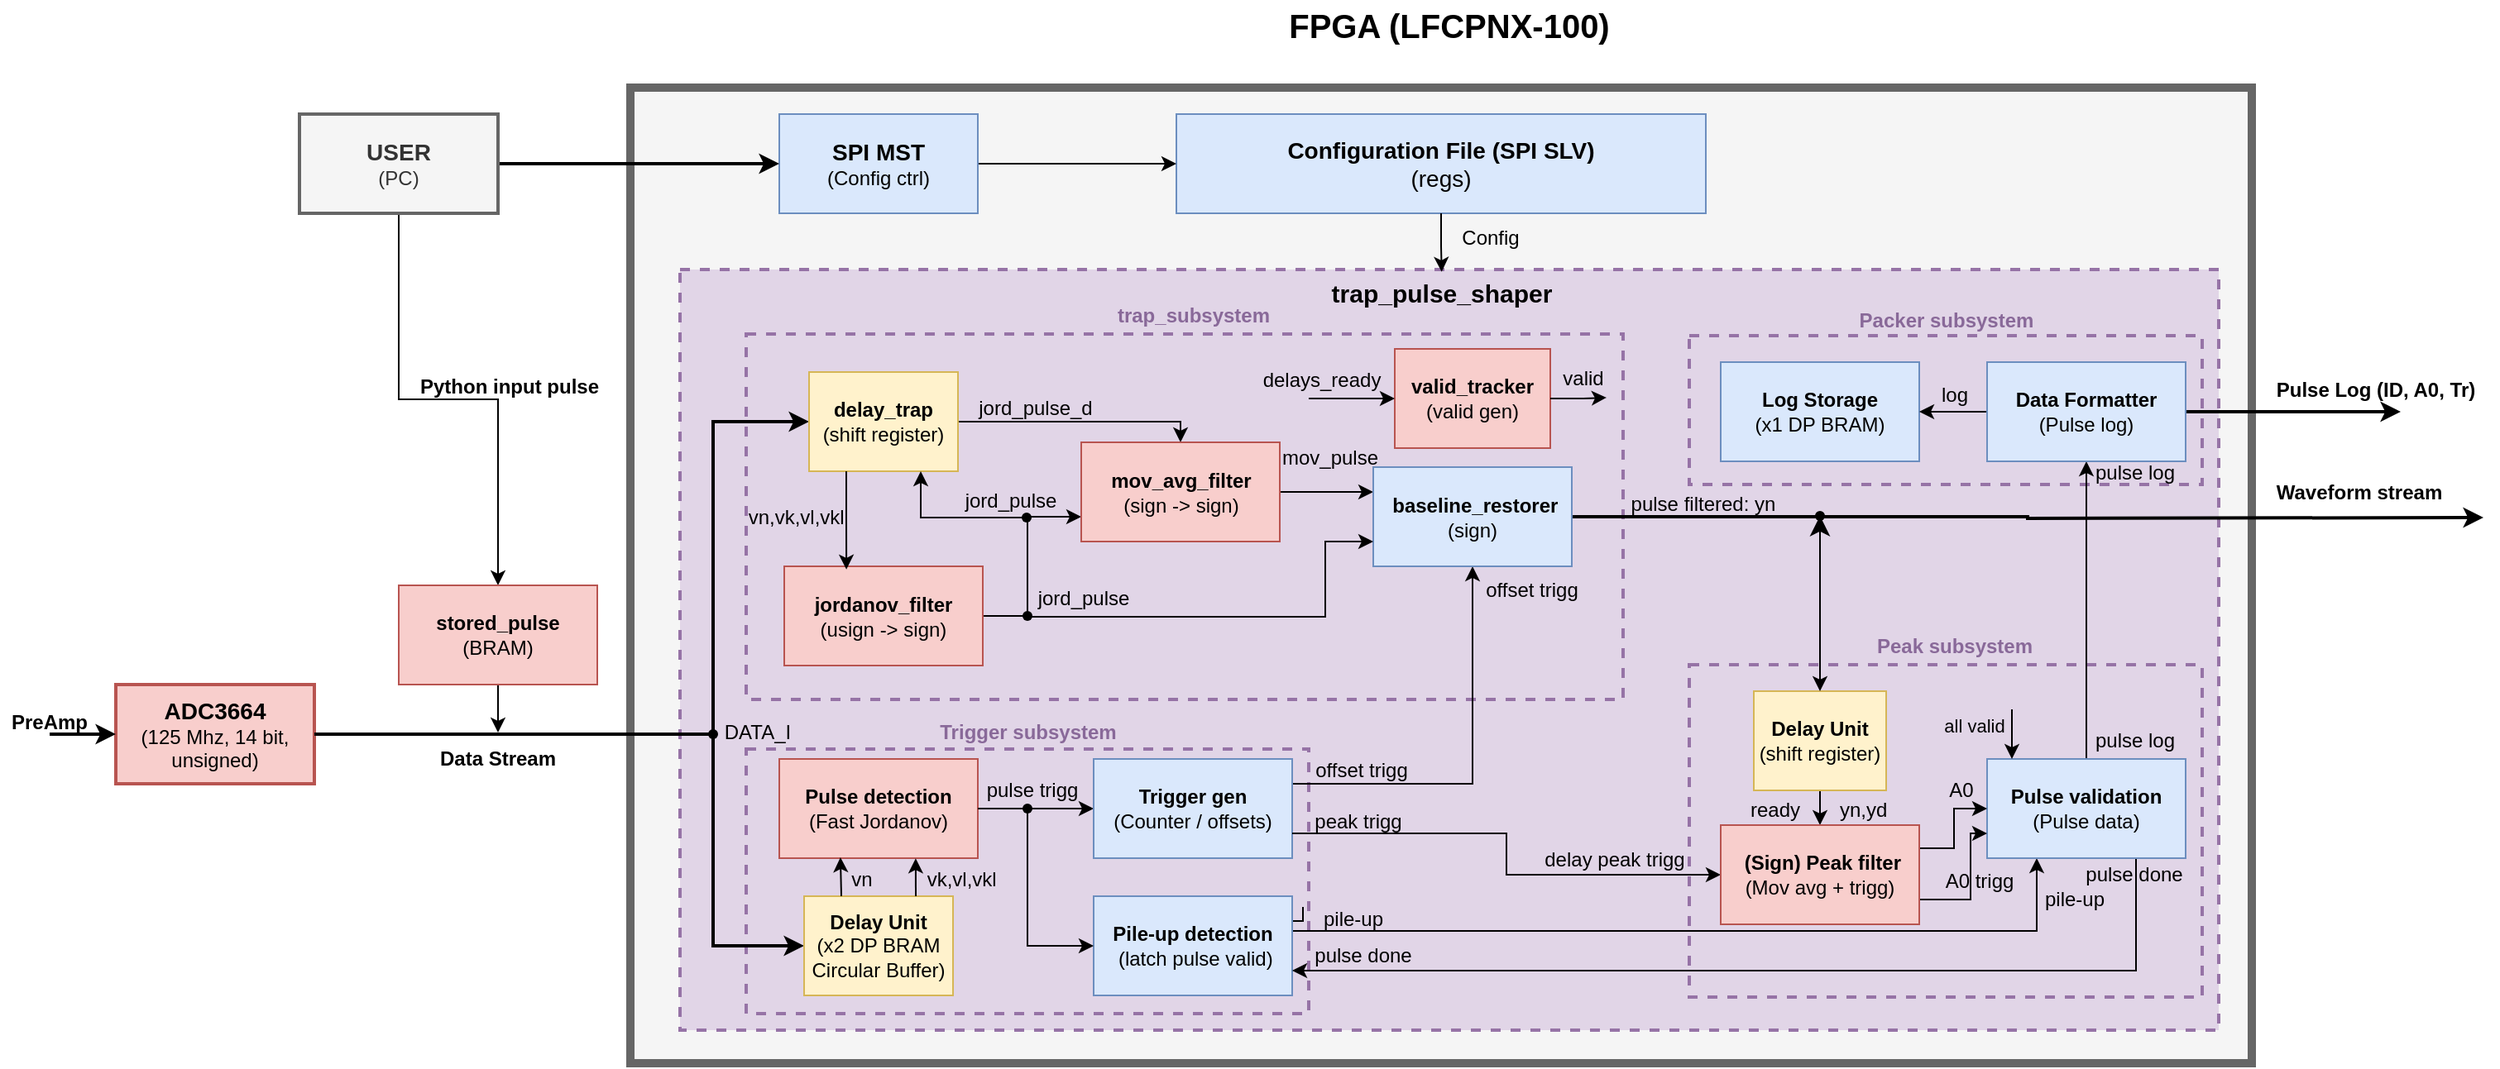
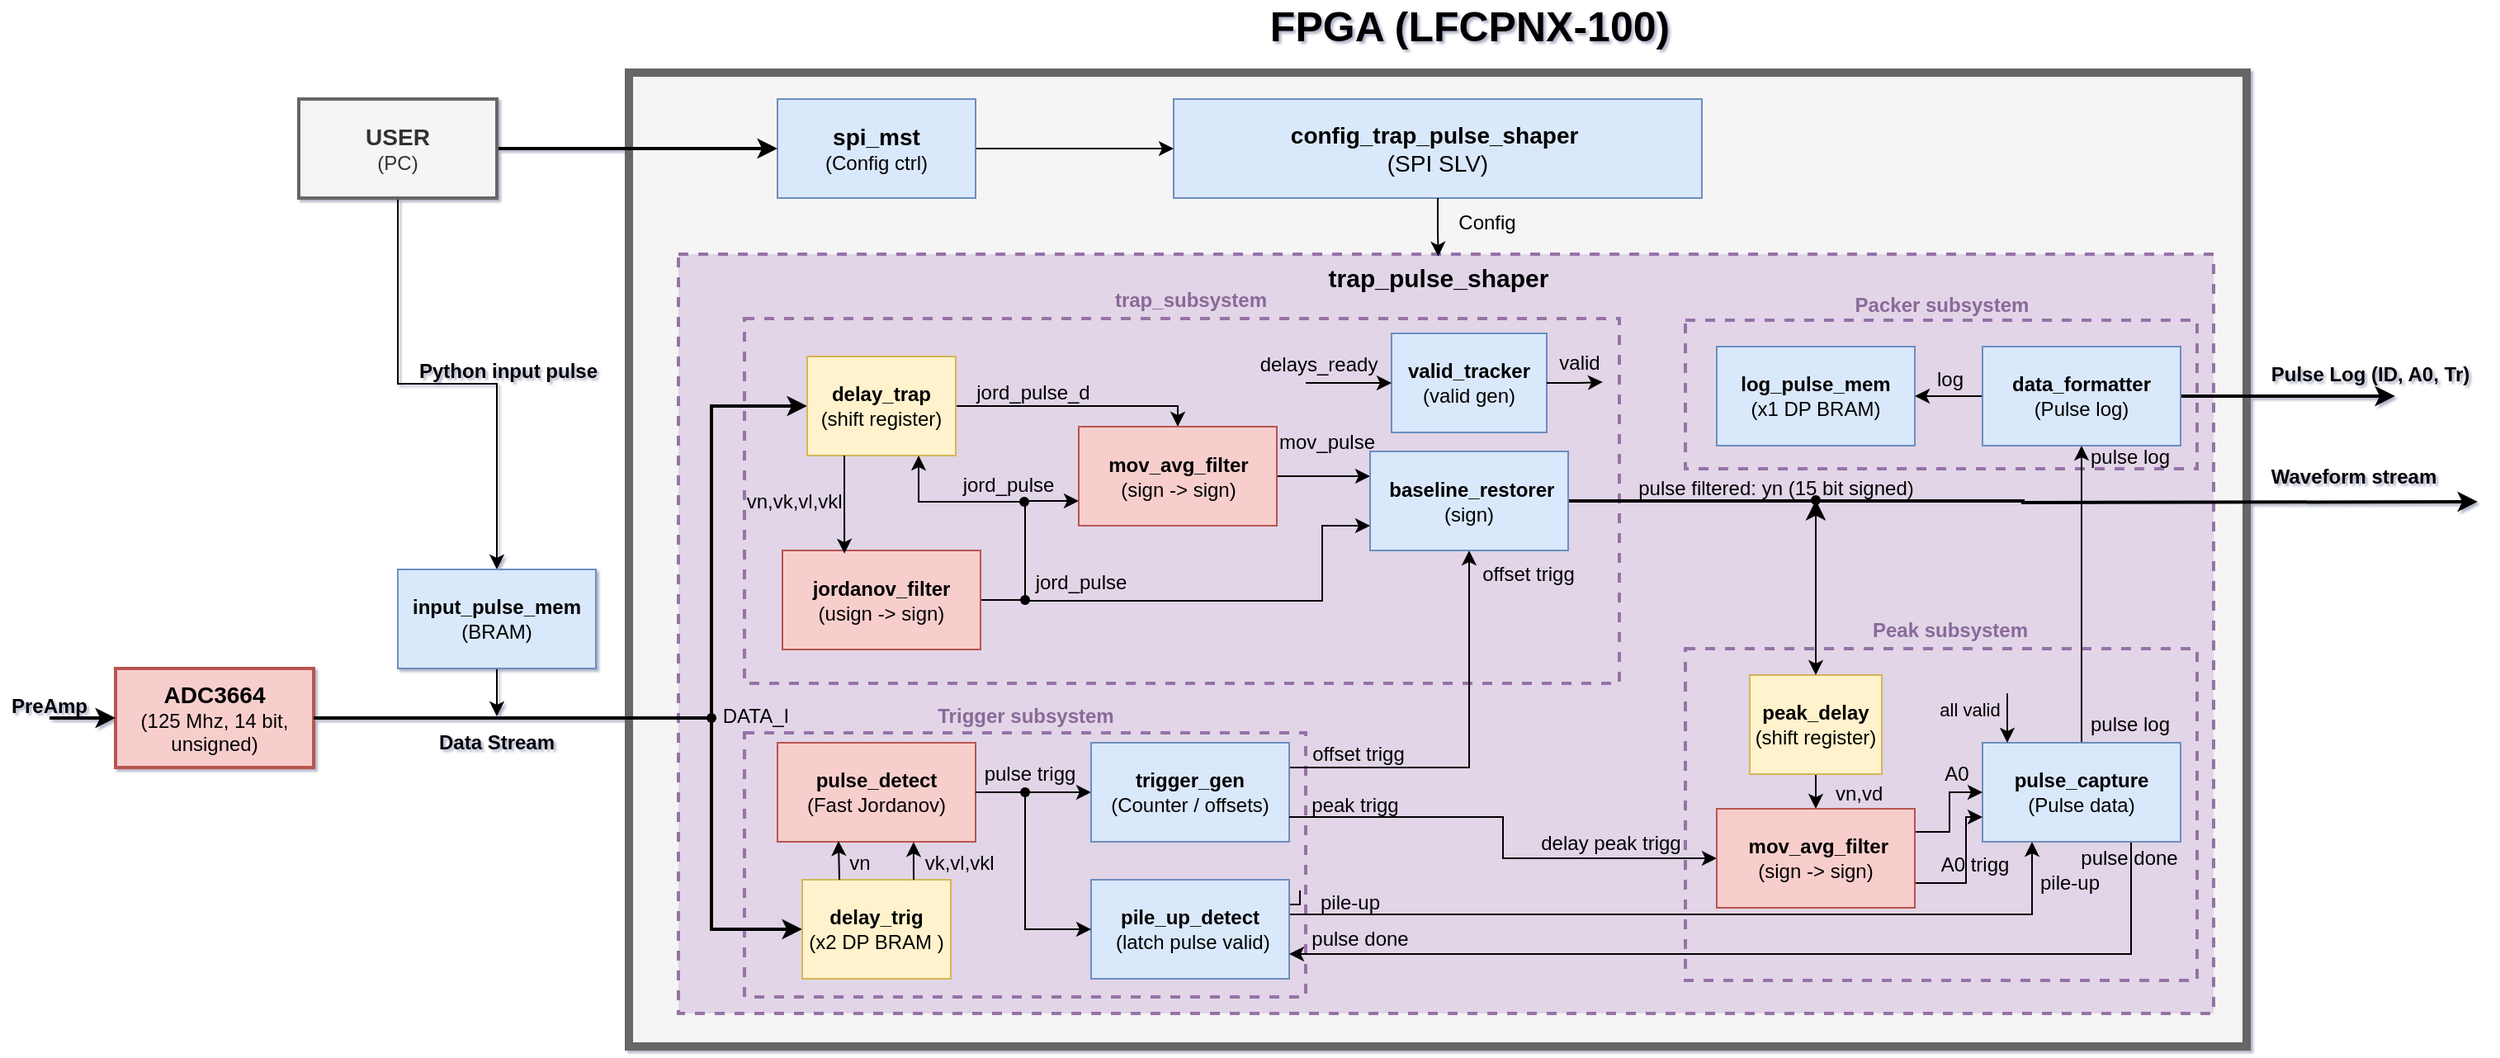
<mxfile host="app.diagrams.net">
  <diagram name="Página-1" id="DUChFk5_xbMTv0LWm646">
-     <mxGraphModel dx="2388" dy="1537" grid="1" gridSize="10" guides="1" tooltips="1" connect="1" arrows="1" fold="1" page="1" pageScale="1" pageWidth="1169" pageHeight="827" math="0" shadow="0">
+     <mxGraphModel dx="2720" dy="1731" grid="1" gridSize="10" guides="1" tooltips="1" connect="1" arrows="1" fold="1" page="1" pageScale="1" pageWidth="1169" pageHeight="827" math="0" shadow="1">
      <root>
        <mxCell id="0" />
        <mxCell id="1" parent="0" />
        <mxCell id="C5UH879O8CjxN1mO6zWX-1" parent="1" style="rounded=0;whiteSpace=wrap;html=1;fillColor=#f5f5f5;strokeColor=#666666;strokeWidth=5;fontColor=#333333;" value="" vertex="1">
          <mxGeometry height="590" width="980" x="200" y="-160" as="geometry" />
        </mxCell>
        <mxCell id="C5UH879O8CjxN1mO6zWX-2" parent="1" style="rounded=0;whiteSpace=wrap;html=1;fillColor=#e1d5e7;strokeColor=#9673a6;strokeWidth=2;dashed=1;" value="" vertex="1">
          <mxGeometry height="460" width="930" x="230" y="-50" as="geometry" />
        </mxCell>
        <mxCell id="C5UH879O8CjxN1mO6zWX-3" parent="1" style="rounded=0;whiteSpace=wrap;html=1;fillColor=#e1d5e7;strokeColor=#9673a6;dashed=1;strokeWidth=2;" value="" vertex="1">
          <mxGeometry height="201" width="310" x="840" y="189" as="geometry" />
        </mxCell>
        <mxCell id="C5UH879O8CjxN1mO6zWX-4" parent="1" style="rounded=0;whiteSpace=wrap;html=1;fillColor=#e1d5e7;strokeColor=#9673a6;dashed=1;strokeWidth=2;" value="" vertex="1">
          <mxGeometry height="90" width="310" x="840" y="-10" as="geometry" />
        </mxCell>
        <mxCell id="C5UH879O8CjxN1mO6zWX-5" parent="1" style="rounded=0;whiteSpace=wrap;html=1;fillColor=#e1d5e7;strokeColor=#9673a6;dashed=1;strokeWidth=2;" value="" vertex="1">
          <mxGeometry height="221" width="530" x="270" y="-11" as="geometry" />
        </mxCell>
        <mxCell id="C5UH879O8CjxN1mO6zWX-6" parent="1" style="rounded=0;whiteSpace=wrap;html=1;fillColor=#e1d5e7;strokeColor=#9673a6;dashed=1;strokeWidth=2;" value="" vertex="1">
          <mxGeometry height="160" width="340" x="270" y="240" as="geometry" />
        </mxCell>
        <mxCell id="C5UH879O8CjxN1mO6zWX-7" parent="1" style="rounded=0;whiteSpace=wrap;html=1;fillColor=#f8cecc;strokeColor=#b85450;strokeWidth=2;" value="&lt;b&gt;&lt;font style=&quot;font-size: 14px;&quot;&gt;ADC3664&lt;/font&gt;&lt;/b&gt;&lt;div&gt;(125 Mhz, 14 bit, unsigned)&lt;/div&gt;" vertex="1">
          <mxGeometry height="60" width="120" x="-111" y="201" as="geometry" />
        </mxCell>
        <mxCell id="C5UH879O8CjxN1mO6zWX-8" edge="1" parent="1" source="C5UH879O8CjxN1mO6zWX-50" style="edgeStyle=orthogonalEdgeStyle;rounded=0;orthogonalLoop=1;jettySize=auto;html=1;" target="C5UH879O8CjxN1mO6zWX-46" value="">
          <mxGeometry relative="1" as="geometry" />
        </mxCell>
-         <mxCell id="C5UH879O8CjxN1mO6zWX-9" parent="1" style="rounded=0;whiteSpace=wrap;html=1;fillColor=#f8cecc;strokeColor=#b85450;" value="&lt;b&gt;Pulse detection&lt;/b&gt;&lt;div&gt;(Fast Jordanov)&lt;/div&gt;" vertex="1">
+         <mxCell id="C5UH879O8CjxN1mO6zWX-9" parent="1" style="rounded=0;whiteSpace=wrap;html=1;fillColor=#f8cecc;strokeColor=#b85450;" value="&lt;b&gt;pulse_detect&lt;/b&gt;&lt;div&gt;(Fast Jordanov)&lt;/div&gt;" vertex="1">
          <mxGeometry height="60" width="120" x="290" y="246" as="geometry" />
        </mxCell>
        <mxCell id="C5UH879O8CjxN1mO6zWX-14" edge="1" parent="1" source="C5UH879O8CjxN1mO6zWX-15" style="edgeStyle=orthogonalEdgeStyle;rounded=0;orthogonalLoop=1;jettySize=auto;html=1;entryX=0;entryY=0.5;entryDx=0;entryDy=0;strokeWidth=2;" target="C5UH879O8CjxN1mO6zWX-83">
          <mxGeometry relative="1" as="geometry">
            <Array as="points">
              <mxPoint x="250" y="359" />
            </Array>
          </mxGeometry>
        </mxCell>
        <mxCell id="k51QHuAgghIAk2RmYg5w-55" edge="1" parent="1" source="C5UH879O8CjxN1mO6zWX-15" style="edgeStyle=orthogonalEdgeStyle;rounded=0;orthogonalLoop=1;jettySize=auto;html=1;entryX=0;entryY=0.5;entryDx=0;entryDy=0;strokeWidth=2;" target="C5UH879O8CjxN1mO6zWX-19">
          <mxGeometry relative="1" as="geometry">
            <Array as="points">
              <mxPoint x="250" y="42" />
            </Array>
          </mxGeometry>
        </mxCell>
        <mxCell id="C5UH879O8CjxN1mO6zWX-15" parent="1" style="shape=waypoint;sketch=0;fillStyle=solid;size=6;pointerEvents=1;points=[];fillColor=none;resizable=0;rotatable=0;perimeter=centerPerimeter;snapToPoint=1;" value="" vertex="1">
          <mxGeometry height="20" width="20" x="240" y="221" as="geometry" />
        </mxCell>
        <mxCell id="C5UH879O8CjxN1mO6zWX-16" edge="1" parent="1" source="C5UH879O8CjxN1mO6zWX-7" style="edgeStyle=orthogonalEdgeStyle;rounded=0;orthogonalLoop=1;jettySize=auto;html=1;entryX=0.3;entryY=0.567;entryDx=0;entryDy=0;entryPerimeter=0;endArrow=none;endFill=0;strokeWidth=2;" target="C5UH879O8CjxN1mO6zWX-15">
          <mxGeometry relative="1" as="geometry" />
        </mxCell>
        <mxCell id="C5UH879O8CjxN1mO6zWX-17" parent="1" style="text;html=1;whiteSpace=wrap;strokeColor=none;fillColor=none;align=center;verticalAlign=middle;rounded=0;" value="&lt;b&gt;Data Stream&lt;/b&gt;" vertex="1">
          <mxGeometry height="30" width="106" x="67" y="231" as="geometry" />
        </mxCell>
        <mxCell id="k51QHuAgghIAk2RmYg5w-47" edge="1" parent="1" source="C5UH879O8CjxN1mO6zWX-19" style="edgeStyle=orthogonalEdgeStyle;rounded=0;orthogonalLoop=1;jettySize=auto;html=1;entryX=0.5;entryY=0;entryDx=0;entryDy=0;jumpStyle=arc;exitX=1;exitY=0.5;exitDx=0;exitDy=0;" target="C5UH879O8CjxN1mO6zWX-41">
          <mxGeometry relative="1" as="geometry">
            <Array as="points">
              <mxPoint x="532.5" y="42" />
            </Array>
          </mxGeometry>
        </mxCell>
        <mxCell id="C5UH879O8CjxN1mO6zWX-19" parent="1" style="rounded=0;whiteSpace=wrap;html=1;fillColor=#fff2cc;strokeColor=#d6b656;" value="&lt;div&gt;&lt;span style=&quot;background-color: transparent; color: light-dark(rgb(0, 0, 0), rgb(255, 255, 255));&quot;&gt;&lt;b&gt;delay_trap&lt;/b&gt;&lt;/span&gt;&lt;/div&gt;&lt;div&gt;&lt;span style=&quot;background-color: transparent; color: light-dark(rgb(0, 0, 0), rgb(255, 255, 255));&quot;&gt;(shift register)&lt;/span&gt;&lt;/div&gt;" vertex="1">
          <mxGeometry height="60" width="90" x="308" y="12" as="geometry" />
        </mxCell>
        <mxCell id="C5UH879O8CjxN1mO6zWX-20" edge="1" parent="1" source="C5UH879O8CjxN1mO6zWX-52" style="edgeStyle=orthogonalEdgeStyle;rounded=0;orthogonalLoop=1;jettySize=auto;html=1;entryX=0.25;entryY=1;entryDx=0;entryDy=0;exitX=0;exitY=0.25;exitDx=0;exitDy=0;" target="C5UH879O8CjxN1mO6zWX-28">
          <mxGeometry relative="1" as="geometry">
            <Array as="points">
              <mxPoint x="577" y="344" />
              <mxPoint x="577" y="350" />
              <mxPoint x="1050" y="350" />
            </Array>
          </mxGeometry>
        </mxCell>
-         <mxCell id="C5UH879O8CjxN1mO6zWX-21" parent="1" style="rounded=0;whiteSpace=wrap;html=1;fillColor=#dae8fc;strokeColor=#6c8ebf;" value="&lt;div&gt;&lt;b&gt;Pile-up detection&lt;/b&gt;&lt;/div&gt;&lt;div&gt;&amp;nbsp;(latch pulse valid)&lt;/div&gt;" vertex="1">
+         <mxCell id="C5UH879O8CjxN1mO6zWX-21" parent="1" style="rounded=0;whiteSpace=wrap;html=1;fillColor=#dae8fc;strokeColor=#6c8ebf;" value="&lt;div&gt;&lt;b&gt;pile_up_detect&lt;/b&gt;&lt;/div&gt;&lt;div&gt;&amp;nbsp;(latch pulse valid)&lt;/div&gt;" vertex="1">
          <mxGeometry height="60" width="120" x="480" y="329" as="geometry" />
        </mxCell>
        <mxCell id="k51QHuAgghIAk2RmYg5w-36" edge="1" parent="1" source="C5UH879O8CjxN1mO6zWX-23" style="edgeStyle=orthogonalEdgeStyle;rounded=0;orthogonalLoop=1;jettySize=auto;html=1;entryX=0;entryY=0.75;entryDx=0;entryDy=0;" target="C5UH879O8CjxN1mO6zWX-41">
          <mxGeometry relative="1" as="geometry">
            <Array as="points">
              <mxPoint x="440" y="159.5" />
              <mxPoint x="440" y="99.5" />
            </Array>
          </mxGeometry>
        </mxCell>
        <mxCell id="C5UH879O8CjxN1mO6zWX-23" parent="1" style="rounded=0;whiteSpace=wrap;html=1;fillColor=#f8cecc;strokeColor=#b85450;" value="&lt;div&gt;&lt;span style=&quot;background-color: transparent; color: light-dark(rgb(0, 0, 0), rgb(255, 255, 255));&quot;&gt;&lt;b&gt;jordanov_filter&lt;/b&gt;&lt;/span&gt;&lt;/div&gt;&lt;div&gt;&lt;span style=&quot;background-color: transparent; color: light-dark(rgb(0, 0, 0), rgb(255, 255, 255));&quot;&gt;(usign -&amp;gt; sign)&lt;/span&gt;&lt;/div&gt;" vertex="1">
          <mxGeometry height="60" width="120" x="293" y="129.5" as="geometry" />
        </mxCell>
        <mxCell id="C5UH879O8CjxN1mO6zWX-24" edge="1" parent="1" source="C5UH879O8CjxN1mO6zWX-25" style="edgeStyle=orthogonalEdgeStyle;rounded=0;orthogonalLoop=1;jettySize=auto;html=1;" target="C5UH879O8CjxN1mO6zWX-69" value="">
          <mxGeometry relative="1" as="geometry" />
        </mxCell>
-         <mxCell id="C5UH879O8CjxN1mO6zWX-25" parent="1" style="rounded=0;whiteSpace=wrap;html=1;fillColor=#fff2cc;strokeColor=#d6b656;" value="&lt;div&gt;&lt;span style=&quot;background-color: transparent; color: light-dark(rgb(0, 0, 0), rgb(255, 255, 255));&quot;&gt;&lt;b&gt;Delay Unit&lt;/b&gt;&lt;/span&gt;&lt;/div&gt;&lt;div&gt;&lt;span style=&quot;background-color: transparent; color: light-dark(rgb(0, 0, 0), rgb(255, 255, 255));&quot;&gt;(shift register)&lt;/span&gt;&lt;/div&gt;" vertex="1">
+         <mxCell id="C5UH879O8CjxN1mO6zWX-25" parent="1" style="rounded=0;whiteSpace=wrap;html=1;fillColor=#fff2cc;strokeColor=#d6b656;" value="&lt;div&gt;&lt;span style=&quot;background-color: transparent; color: light-dark(rgb(0, 0, 0), rgb(255, 255, 255));&quot;&gt;&lt;b&gt;peak_delay&lt;/b&gt;&lt;/span&gt;&lt;/div&gt;&lt;div&gt;&lt;span style=&quot;background-color: transparent; color: light-dark(rgb(0, 0, 0), rgb(255, 255, 255));&quot;&gt;(shift register)&lt;/span&gt;&lt;/div&gt;" vertex="1">
          <mxGeometry height="60" width="80" x="879" y="205" as="geometry" />
        </mxCell>
        <mxCell id="C5UH879O8CjxN1mO6zWX-26" edge="1" parent="1" source="C5UH879O8CjxN1mO6zWX-28" style="edgeStyle=orthogonalEdgeStyle;rounded=0;orthogonalLoop=1;jettySize=auto;html=1;" target="C5UH879O8CjxN1mO6zWX-55">
          <mxGeometry relative="1" as="geometry" />
        </mxCell>
        <mxCell id="C5UH879O8CjxN1mO6zWX-27" edge="1" parent="1" source="C5UH879O8CjxN1mO6zWX-28" style="edgeStyle=orthogonalEdgeStyle;rounded=0;orthogonalLoop=1;jettySize=auto;html=1;exitX=0.75;exitY=1;exitDx=0;exitDy=0;entryX=1;entryY=0.75;entryDx=0;entryDy=0;" target="C5UH879O8CjxN1mO6zWX-21">
          <mxGeometry relative="1" as="geometry" />
        </mxCell>
-         <mxCell id="C5UH879O8CjxN1mO6zWX-28" parent="1" style="rounded=0;whiteSpace=wrap;html=1;fillColor=#dae8fc;strokeColor=#6c8ebf;" value="&lt;div&gt;&lt;span style=&quot;background-color: transparent; color: light-dark(rgb(0, 0, 0), rgb(255, 255, 255));&quot;&gt;&lt;b&gt;Pulse validation&lt;/b&gt;&lt;/span&gt;&lt;/div&gt;&lt;div&gt;&lt;span style=&quot;background-color: transparent; color: light-dark(rgb(0, 0, 0), rgb(255, 255, 255));&quot;&gt;(Pulse data)&lt;/span&gt;&lt;/div&gt;" vertex="1">
+         <mxCell id="C5UH879O8CjxN1mO6zWX-28" parent="1" style="rounded=0;whiteSpace=wrap;html=1;fillColor=#dae8fc;strokeColor=#6c8ebf;" value="&lt;div&gt;&lt;span style=&quot;background-color: transparent; color: light-dark(rgb(0, 0, 0), rgb(255, 255, 255));&quot;&gt;&lt;b&gt;pulse_capture&lt;/b&gt;&lt;/span&gt;&lt;/div&gt;&lt;div&gt;&lt;span style=&quot;background-color: transparent; color: light-dark(rgb(0, 0, 0), rgb(255, 255, 255));&quot;&gt;(Pulse data)&lt;/span&gt;&lt;/div&gt;" vertex="1">
          <mxGeometry height="60" width="120" x="1020" y="246" as="geometry" />
        </mxCell>
-         <mxCell id="C5UH879O8CjxN1mO6zWX-29" parent="1" style="rounded=0;whiteSpace=wrap;html=1;fillColor=#dae8fc;strokeColor=#6c8ebf;" value="&lt;div&gt;&lt;span style=&quot;background-color: transparent; color: light-dark(rgb(0, 0, 0), rgb(255, 255, 255));&quot;&gt;&lt;b&gt;&lt;font style=&quot;font-size: 14px;&quot;&gt;Configuration File (SPI SLV)&lt;/font&gt;&lt;/b&gt;&lt;/span&gt;&lt;/div&gt;&lt;div&gt;&lt;span style=&quot;background-color: transparent; color: light-dark(rgb(0, 0, 0), rgb(255, 255, 255));&quot;&gt;&lt;font style=&quot;font-size: 14px;&quot;&gt;(regs)&lt;/font&gt;&lt;/span&gt;&lt;/div&gt;" vertex="1">
+         <mxCell id="C5UH879O8CjxN1mO6zWX-29" parent="1" style="rounded=0;whiteSpace=wrap;html=1;fillColor=#dae8fc;strokeColor=#6c8ebf;" value="&lt;div&gt;&lt;span style=&quot;background-color: transparent; color: light-dark(rgb(0, 0, 0), rgb(255, 255, 255));&quot;&gt;&lt;b&gt;&lt;font style=&quot;font-size: 14px;&quot;&gt;config_trap_pulse_shaper&amp;nbsp;&lt;/font&gt;&lt;/b&gt;&lt;/span&gt;&lt;/div&gt;&lt;div&gt;&lt;span style=&quot;background-color: transparent; color: light-dark(rgb(0, 0, 0), rgb(255, 255, 255));&quot;&gt;&lt;font style=&quot;font-size: 14px;&quot;&gt;(SPI SLV)&lt;/font&gt;&lt;/span&gt;&lt;/div&gt;" vertex="1">
          <mxGeometry height="60" width="320" x="530" y="-144" as="geometry" />
        </mxCell>
        <mxCell id="C5UH879O8CjxN1mO6zWX-30" edge="1" parent="1" source="C5UH879O8CjxN1mO6zWX-31" style="edgeStyle=orthogonalEdgeStyle;rounded=0;orthogonalLoop=1;jettySize=auto;html=1;" target="C5UH879O8CjxN1mO6zWX-29" value="">
          <mxGeometry relative="1" as="geometry" />
        </mxCell>
-         <mxCell id="C5UH879O8CjxN1mO6zWX-31" parent="1" style="rounded=0;whiteSpace=wrap;html=1;fillColor=#dae8fc;strokeColor=#6c8ebf;" value="&lt;div&gt;&lt;span style=&quot;background-color: transparent; color: light-dark(rgb(0, 0, 0), rgb(255, 255, 255));&quot;&gt;&lt;b&gt;&lt;font style=&quot;font-size: 14px;&quot;&gt;SPI MST&lt;/font&gt;&lt;/b&gt;&lt;/span&gt;&lt;/div&gt;&lt;div&gt;&lt;span style=&quot;background-color: transparent; color: light-dark(rgb(0, 0, 0), rgb(255, 255, 255));&quot;&gt;(Config ctrl)&lt;/span&gt;&lt;/div&gt;" vertex="1">
+         <mxCell id="C5UH879O8CjxN1mO6zWX-31" parent="1" style="rounded=0;whiteSpace=wrap;html=1;fillColor=#dae8fc;strokeColor=#6c8ebf;" value="&lt;div&gt;&lt;span style=&quot;background-color: transparent; color: light-dark(rgb(0, 0, 0), rgb(255, 255, 255));&quot;&gt;&lt;span style=&quot;font-size: 14px;&quot;&gt;&lt;b&gt;spi_mst&lt;/b&gt;&lt;/span&gt;&lt;/span&gt;&lt;/div&gt;&lt;div&gt;&lt;span style=&quot;background-color: transparent; color: light-dark(rgb(0, 0, 0), rgb(255, 255, 255));&quot;&gt;(Config ctrl)&lt;/span&gt;&lt;/div&gt;" vertex="1">
          <mxGeometry height="60" width="120" x="290" y="-144" as="geometry" />
        </mxCell>
        <mxCell id="C5UH879O8CjxN1mO6zWX-32" edge="1" parent="1" source="C5UH879O8CjxN1mO6zWX-38" style="endArrow=classic;html=1;rounded=0;entryX=0;entryY=0.5;entryDx=0;entryDy=0;strokeWidth=2;exitX=1;exitY=0.5;exitDx=0;exitDy=0;" target="C5UH879O8CjxN1mO6zWX-31" value="">
          <mxGeometry height="50" relative="1" width="50" as="geometry">
            <mxPoint x="161" y="-114" as="sourcePoint" />
            <mxPoint x="211" y="-114" as="targetPoint" />
          </mxGeometry>
        </mxCell>
        <mxCell id="C5UH879O8CjxN1mO6zWX-33" edge="1" parent="1" style="endArrow=classic;html=1;rounded=0;entryX=0;entryY=0.5;entryDx=0;entryDy=0;strokeWidth=2;" target="C5UH879O8CjxN1mO6zWX-7" value="">
          <mxGeometry height="50" relative="1" width="50" as="geometry">
            <mxPoint x="-151" y="231" as="sourcePoint" />
            <mxPoint x="-83" y="248" as="targetPoint" />
          </mxGeometry>
        </mxCell>
-         <mxCell id="C5UH879O8CjxN1mO6zWX-35" parent="1" style="rounded=0;whiteSpace=wrap;html=1;fillColor=#dae8fc;strokeColor=#6c8ebf;" value="&lt;div&gt;&lt;span style=&quot;background-color: transparent; color: light-dark(rgb(0, 0, 0), rgb(255, 255, 255));&quot;&gt;&lt;b&gt;Log Storage&lt;/b&gt;&lt;/span&gt;&lt;/div&gt;&lt;div&gt;&lt;span style=&quot;background-color: transparent; color: light-dark(rgb(0, 0, 0), rgb(255, 255, 255));&quot;&gt;(x1 DP BRAM)&lt;/span&gt;&lt;/div&gt;" vertex="1">
+         <mxCell id="C5UH879O8CjxN1mO6zWX-35" parent="1" style="rounded=0;whiteSpace=wrap;html=1;fillColor=#dae8fc;strokeColor=#6c8ebf;" value="&lt;div&gt;&lt;span style=&quot;background-color: transparent; color: light-dark(rgb(0, 0, 0), rgb(255, 255, 255));&quot;&gt;&lt;b&gt;log_pulse_mem&lt;/b&gt;&lt;/span&gt;&lt;/div&gt;&lt;div&gt;&lt;span style=&quot;background-color: transparent; color: light-dark(rgb(0, 0, 0), rgb(255, 255, 255));&quot;&gt;(x1 DP BRAM)&lt;/span&gt;&lt;/div&gt;" vertex="1">
          <mxGeometry height="60" width="120" x="859" y="6" as="geometry" />
        </mxCell>
        <mxCell id="C5UH879O8CjxN1mO6zWX-36" edge="1" parent="1" source="C5UH879O8CjxN1mO6zWX-55" style="endArrow=classic;html=1;rounded=0;exitX=1;exitY=0.5;exitDx=0;exitDy=0;strokeWidth=2;" value="">
          <mxGeometry height="50" relative="1" width="50" as="geometry">
            <mxPoint x="980" y="196.17000000000002" as="sourcePoint" />
            <mxPoint x="1270" y="36" as="targetPoint" />
          </mxGeometry>
        </mxCell>
        <mxCell id="C5UH879O8CjxN1mO6zWX-111" edge="1" parent="1" source="C5UH879O8CjxN1mO6zWX-38" style="edgeStyle=orthogonalEdgeStyle;rounded=0;orthogonalLoop=1;jettySize=auto;html=1;entryX=0.5;entryY=0;entryDx=0;entryDy=0;" target="C5UH879O8CjxN1mO6zWX-110">
          <mxGeometry relative="1" as="geometry" />
        </mxCell>
        <mxCell id="C5UH879O8CjxN1mO6zWX-38" parent="1" style="rounded=0;whiteSpace=wrap;html=1;fillColor=#f5f5f5;fontColor=#333333;strokeColor=#666666;strokeWidth=2;" value="&lt;b&gt;&lt;font style=&quot;font-size: 14px;&quot;&gt;USER&lt;/font&gt;&lt;/b&gt;&lt;div&gt;(PC)&lt;/div&gt;" vertex="1">
          <mxGeometry height="60" width="120" y="-144" as="geometry" />
        </mxCell>
-         <mxCell id="C5UH879O8CjxN1mO6zWX-39" parent="1" style="text;html=1;whiteSpace=wrap;strokeColor=none;fillColor=none;align=center;verticalAlign=middle;rounded=0;" value="&lt;b&gt;&lt;font style=&quot;font-size: 20px;&quot;&gt;FPGA (LFCPNX-100)&lt;/font&gt;&lt;/b&gt;" vertex="1">
-           <mxGeometry height="30" width="240" x="575" y="-213" as="geometry" />
+         <mxCell id="C5UH879O8CjxN1mO6zWX-39" parent="1" style="text;html=1;whiteSpace=wrap;strokeColor=none;fillColor=none;align=center;verticalAlign=middle;rounded=0;" value="&lt;b&gt;&lt;font style=&quot;font-size: 25px;&quot;&gt;FPGA (LFCPNX-100)&lt;/font&gt;&lt;/b&gt;" vertex="1">
+           <mxGeometry height="30" width="295" x="561.5" y="-204" as="geometry" />
        </mxCell>
        <mxCell id="k51QHuAgghIAk2RmYg5w-54" edge="1" parent="1" source="C5UH879O8CjxN1mO6zWX-41" style="edgeStyle=orthogonalEdgeStyle;rounded=0;orthogonalLoop=1;jettySize=auto;html=1;entryX=0;entryY=0.25;entryDx=0;entryDy=0;" target="C5UH879O8CjxN1mO6zWX-51">
          <mxGeometry relative="1" as="geometry" />
        </mxCell>
        <mxCell id="C5UH879O8CjxN1mO6zWX-41" parent="1" style="rounded=0;whiteSpace=wrap;html=1;fillColor=#f8cecc;strokeColor=#b85450;" value="&lt;div&gt;&lt;span style=&quot;background-color: transparent; color: light-dark(rgb(0, 0, 0), rgb(255, 255, 255));&quot;&gt;&lt;b&gt;&lt;font&gt;mov_avg_filter&lt;/font&gt;&lt;/b&gt;&lt;/span&gt;&lt;/div&gt;&lt;div&gt;&lt;span style=&quot;background-color: transparent; color: light-dark(rgb(0, 0, 0), rgb(255, 255, 255));&quot;&gt;&lt;font&gt;(sign -&amp;gt; sign)&lt;/font&gt;&lt;/span&gt;&lt;/div&gt;" vertex="1">
          <mxGeometry height="60" width="120" x="472.5" y="54.5" as="geometry" />
        </mxCell>
        <mxCell id="C5UH879O8CjxN1mO6zWX-42" parent="1" style="text;html=1;whiteSpace=wrap;strokeColor=none;fillColor=none;align=center;verticalAlign=middle;rounded=0;" value="&lt;b&gt;Waveform stream&lt;/b&gt;" vertex="1">
          <mxGeometry height="30" width="130" x="1180" y="69.5" as="geometry" />
        </mxCell>
        <mxCell id="C5UH879O8CjxN1mO6zWX-43" parent="1" style="text;html=1;whiteSpace=wrap;strokeColor=none;fillColor=none;align=center;verticalAlign=middle;rounded=0;" value="&lt;b&gt;&lt;font style=&quot;font-size: 15px;&quot;&gt;trap_pulse_shaper&lt;/font&gt;&lt;/b&gt;" vertex="1">
          <mxGeometry height="30" width="232.5" x="573.75" y="-51" as="geometry" />
        </mxCell>
        <mxCell id="C5UH879O8CjxN1mO6zWX-44" parent="1" style="text;html=1;whiteSpace=wrap;strokeColor=none;fillColor=none;align=center;verticalAlign=middle;rounded=0;" value="Config" vertex="1">
          <mxGeometry height="30" width="60" x="690" y="-84" as="geometry" />
        </mxCell>
        <mxCell id="k51QHuAgghIAk2RmYg5w-7" edge="1" parent="1" source="C5UH879O8CjxN1mO6zWX-46" style="edgeStyle=orthogonalEdgeStyle;rounded=0;orthogonalLoop=1;jettySize=auto;html=1;exitX=1;exitY=0.25;exitDx=0;exitDy=0;entryX=0.5;entryY=1;entryDx=0;entryDy=0;" target="C5UH879O8CjxN1mO6zWX-51">
          <mxGeometry relative="1" as="geometry" />
        </mxCell>
-         <mxCell id="C5UH879O8CjxN1mO6zWX-46" parent="1" style="rounded=0;whiteSpace=wrap;html=1;fillColor=#dae8fc;strokeColor=#6c8ebf;" value="&lt;b&gt;Trigger gen&lt;/b&gt;&lt;div&gt;(Counter / offsets)&lt;/div&gt;" vertex="1">
+         <mxCell id="C5UH879O8CjxN1mO6zWX-46" parent="1" style="rounded=0;whiteSpace=wrap;html=1;fillColor=#dae8fc;strokeColor=#6c8ebf;" value="&lt;b&gt;trigger_gen&lt;/b&gt;&lt;div&gt;(Counter / offsets)&lt;/div&gt;" vertex="1">
          <mxGeometry height="60" width="120" x="480" y="246" as="geometry" />
        </mxCell>
        <mxCell id="C5UH879O8CjxN1mO6zWX-47" edge="1" parent="1" source="C5UH879O8CjxN1mO6zWX-46" style="edgeStyle=orthogonalEdgeStyle;rounded=0;orthogonalLoop=1;jettySize=auto;html=1;entryX=0;entryY=0.5;entryDx=0;entryDy=0;exitX=1;exitY=0.75;exitDx=0;exitDy=0;" target="C5UH879O8CjxN1mO6zWX-69">
          <mxGeometry relative="1" as="geometry" />
        </mxCell>
        <mxCell id="C5UH879O8CjxN1mO6zWX-48" edge="1" parent="1" source="C5UH879O8CjxN1mO6zWX-9" style="edgeStyle=orthogonalEdgeStyle;rounded=0;orthogonalLoop=1;jettySize=auto;html=1;entryDx=0;entryDy=0;endArrow=none;endFill=0;" target="C5UH879O8CjxN1mO6zWX-50" value="">
          <mxGeometry relative="1" as="geometry">
            <mxPoint x="410" y="276" as="sourcePoint" />
            <mxPoint x="480" y="359" as="targetPoint" />
          </mxGeometry>
        </mxCell>
        <mxCell id="C5UH879O8CjxN1mO6zWX-49" edge="1" parent="1" source="C5UH879O8CjxN1mO6zWX-50" style="edgeStyle=orthogonalEdgeStyle;rounded=0;orthogonalLoop=1;jettySize=auto;html=1;entryX=0;entryY=0.5;entryDx=0;entryDy=0;" target="C5UH879O8CjxN1mO6zWX-21">
          <mxGeometry relative="1" as="geometry">
            <Array as="points">
              <mxPoint x="440" y="359" />
            </Array>
          </mxGeometry>
        </mxCell>
        <mxCell id="C5UH879O8CjxN1mO6zWX-50" parent="1" style="shape=waypoint;sketch=0;fillStyle=solid;size=6;pointerEvents=1;points=[];fillColor=none;resizable=0;rotatable=0;perimeter=centerPerimeter;snapToPoint=1;" value="" vertex="1">
          <mxGeometry height="20" width="20" x="430" y="266" as="geometry" />
        </mxCell>
        <mxCell id="k51QHuAgghIAk2RmYg5w-8" edge="1" parent="1" source="C5UH879O8CjxN1mO6zWX-51" style="edgeStyle=orthogonalEdgeStyle;rounded=0;orthogonalLoop=1;jettySize=auto;html=1;strokeWidth=2;">
          <mxGeometry relative="1" as="geometry">
            <mxPoint x="1320" y="100" as="targetPoint" />
          </mxGeometry>
        </mxCell>
        <mxCell id="C5UH879O8CjxN1mO6zWX-51" parent="1" style="rounded=0;whiteSpace=wrap;html=1;fillColor=#dae8fc;strokeColor=#6c8ebf;" value="&lt;div&gt;&lt;span style=&quot;background-color: transparent; color: light-dark(rgb(0, 0, 0), rgb(255, 255, 255));&quot;&gt;&lt;b&gt;&amp;nbsp;baseline_restorer&lt;/b&gt;&lt;/span&gt;&lt;/div&gt;&lt;div&gt;&lt;span style=&quot;background-color: transparent; color: light-dark(rgb(0, 0, 0), rgb(255, 255, 255));&quot;&gt;(sign)&lt;/span&gt;&lt;/div&gt;" vertex="1">
          <mxGeometry height="60" width="120" x="649" y="69.5" as="geometry" />
        </mxCell>
        <mxCell id="C5UH879O8CjxN1mO6zWX-52" parent="1" style="text;html=1;whiteSpace=wrap;strokeColor=none;fillColor=none;align=center;verticalAlign=middle;rounded=0;" value="pile-up" vertex="1">
          <mxGeometry height="30" width="60" x="606.5" y="328" as="geometry" />
        </mxCell>
        <mxCell id="C5UH879O8CjxN1mO6zWX-53" parent="1" style="text;html=1;whiteSpace=wrap;strokeColor=none;fillColor=none;align=center;verticalAlign=middle;rounded=0;" value="&lt;b&gt;PreAmp&lt;/b&gt;" vertex="1">
          <mxGeometry height="30" width="60" x="-181" y="209" as="geometry" />
        </mxCell>
        <mxCell id="C5UH879O8CjxN1mO6zWX-54" edge="1" parent="1" source="C5UH879O8CjxN1mO6zWX-55" style="edgeStyle=orthogonalEdgeStyle;rounded=0;orthogonalLoop=1;jettySize=auto;html=1;exitX=0;exitY=0.5;exitDx=0;exitDy=0;entryX=1;entryY=0.5;entryDx=0;entryDy=0;" target="C5UH879O8CjxN1mO6zWX-35">
          <mxGeometry relative="1" as="geometry" />
        </mxCell>
-         <mxCell id="C5UH879O8CjxN1mO6zWX-55" parent="1" style="rounded=0;whiteSpace=wrap;html=1;fillColor=#dae8fc;strokeColor=#6c8ebf;" value="&lt;div&gt;&lt;span style=&quot;background-color: transparent; color: light-dark(rgb(0, 0, 0), rgb(255, 255, 255));&quot;&gt;&lt;b&gt;Data Formatter&lt;/b&gt;&lt;/span&gt;&lt;/div&gt;&lt;div&gt;&lt;span style=&quot;background-color: transparent; color: light-dark(rgb(0, 0, 0), rgb(255, 255, 255));&quot;&gt;(Pulse log)&lt;/span&gt;&lt;/div&gt;" vertex="1">
+         <mxCell id="C5UH879O8CjxN1mO6zWX-55" parent="1" style="rounded=0;whiteSpace=wrap;html=1;fillColor=#dae8fc;strokeColor=#6c8ebf;" value="&lt;div&gt;&lt;b&gt;data_formatter&lt;/b&gt;&lt;/div&gt;&lt;div&gt;&lt;span style=&quot;background-color: transparent; color: light-dark(rgb(0, 0, 0), rgb(255, 255, 255));&quot;&gt;(Pulse log)&lt;/span&gt;&lt;/div&gt;" vertex="1">
          <mxGeometry height="60" width="120" x="1020" y="6" as="geometry" />
        </mxCell>
        <mxCell id="C5UH879O8CjxN1mO6zWX-56" parent="1" style="text;html=1;whiteSpace=wrap;strokeColor=none;fillColor=none;align=center;verticalAlign=middle;rounded=0;" value="A0" vertex="1">
          <mxGeometry height="30" width="61" x="974" y="250" as="geometry" />
        </mxCell>
-         <mxCell id="C5UH879O8CjxN1mO6zWX-58" parent="1" style="text;html=1;whiteSpace=wrap;strokeColor=none;fillColor=none;align=center;verticalAlign=middle;rounded=0;" value="pulse filtered: yn" vertex="1">
-           <mxGeometry height="30" width="97" x="800" y="77" as="geometry" />
+         <mxCell id="C5UH879O8CjxN1mO6zWX-58" parent="1" style="text;html=1;whiteSpace=wrap;strokeColor=none;fillColor=none;align=center;verticalAlign=middle;rounded=0;" value="pulse filtered: yn (15 bit signed)" vertex="1">
+           <mxGeometry height="30" width="190" x="800" y="77" as="geometry" />
        </mxCell>
        <mxCell id="C5UH879O8CjxN1mO6zWX-59" edge="1" parent="1" source="C5UH879O8CjxN1mO6zWX-29" style="edgeStyle=orthogonalEdgeStyle;rounded=0;orthogonalLoop=1;jettySize=auto;html=1;entryX=0.495;entryY=0.003;entryDx=0;entryDy=0;entryPerimeter=0;" target="C5UH879O8CjxN1mO6zWX-2">
          <mxGeometry relative="1" as="geometry" />
        </mxCell>
        <mxCell id="C5UH879O8CjxN1mO6zWX-60" parent="1" style="text;html=1;whiteSpace=wrap;strokeColor=none;fillColor=none;align=center;verticalAlign=middle;rounded=0;" value="&lt;font style=&quot;color: rgb(137, 105, 153);&quot;&gt;&lt;b style=&quot;&quot;&gt;trap_subsystem&lt;/b&gt;&lt;/font&gt;" vertex="1">
          <mxGeometry height="30" width="135" x="472.5" y="-37" as="geometry" />
        </mxCell>
        <mxCell id="C5UH879O8CjxN1mO6zWX-61" parent="1" style="text;html=1;whiteSpace=wrap;strokeColor=none;fillColor=none;align=center;verticalAlign=middle;rounded=0;" value="&lt;font style=&quot;color: rgb(137, 105, 153);&quot;&gt;&lt;b style=&quot;&quot;&gt;Packer subsystem&lt;/b&gt;&lt;/font&gt;" vertex="1">
          <mxGeometry height="30" width="135" x="927.5" y="-34" as="geometry" />
        </mxCell>
        <mxCell id="C5UH879O8CjxN1mO6zWX-62" parent="1" style="text;html=1;whiteSpace=wrap;strokeColor=none;fillColor=none;align=center;verticalAlign=middle;rounded=0;" value="&lt;font style=&quot;color: rgb(137, 105, 153);&quot;&gt;&lt;b style=&quot;&quot;&gt;Peak subsystem&lt;/b&gt;&lt;/font&gt;" vertex="1">
          <mxGeometry height="30" width="135" x="933" y="163" as="geometry" />
        </mxCell>
        <mxCell id="C5UH879O8CjxN1mO6zWX-63" parent="1" style="text;html=1;whiteSpace=wrap;strokeColor=none;fillColor=none;align=center;verticalAlign=middle;rounded=0;" value="&lt;font style=&quot;color: rgb(137, 105, 153);&quot;&gt;&lt;b style=&quot;&quot;&gt;Trigger subsystem&lt;/b&gt;&lt;/font&gt;" vertex="1">
          <mxGeometry height="30" width="135" x="372.5" y="215" as="geometry" />
        </mxCell>
        <mxCell id="C5UH879O8CjxN1mO6zWX-67" edge="1" parent="1" source="C5UH879O8CjxN1mO6zWX-69" style="edgeStyle=orthogonalEdgeStyle;rounded=0;orthogonalLoop=1;jettySize=auto;html=1;entryX=0;entryY=0.5;entryDx=0;entryDy=0;" target="C5UH879O8CjxN1mO6zWX-28">
          <mxGeometry relative="1" as="geometry">
            <Array as="points">
              <mxPoint x="1000" y="300" />
              <mxPoint x="1000" y="276" />
            </Array>
          </mxGeometry>
        </mxCell>
        <mxCell id="C5UH879O8CjxN1mO6zWX-68" edge="1" parent="1" source="C5UH879O8CjxN1mO6zWX-69" style="edgeStyle=orthogonalEdgeStyle;rounded=0;orthogonalLoop=1;jettySize=auto;html=1;exitX=1;exitY=0.75;exitDx=0;exitDy=0;entryX=0;entryY=0.75;entryDx=0;entryDy=0;" target="C5UH879O8CjxN1mO6zWX-28">
          <mxGeometry relative="1" as="geometry">
            <Array as="points">
              <mxPoint x="1010" y="331" />
              <mxPoint x="1010" y="291" />
            </Array>
          </mxGeometry>
        </mxCell>
-         <mxCell id="C5UH879O8CjxN1mO6zWX-69" parent="1" style="rounded=0;whiteSpace=wrap;html=1;fillColor=#f8cecc;strokeColor=#b85450;" value="&lt;div&gt;&lt;b&gt;&amp;nbsp;(Sign) Peak filter&lt;/b&gt;&lt;/div&gt;&lt;div&gt;&lt;span style=&quot;background-color: transparent; color: light-dark(rgb(0, 0, 0), rgb(255, 255, 255));&quot;&gt;(Mov avg + trigg)&lt;/span&gt;&lt;/div&gt;" vertex="1">
+         <mxCell id="C5UH879O8CjxN1mO6zWX-69" parent="1" style="rounded=0;whiteSpace=wrap;html=1;fillColor=#f8cecc;strokeColor=#b85450;" value="&lt;div&gt;&lt;b&gt;&amp;nbsp;mov_avg_filter&lt;/b&gt;&lt;/div&gt;&lt;div&gt;&lt;span style=&quot;background-color: transparent; color: light-dark(rgb(0, 0, 0), rgb(255, 255, 255));&quot;&gt;(sign -&amp;gt; sign)&lt;/span&gt;&lt;/div&gt;" vertex="1">
          <mxGeometry height="60" width="120" x="859" y="286" as="geometry" />
        </mxCell>
        <mxCell id="C5UH879O8CjxN1mO6zWX-70" parent="1" style="text;html=1;whiteSpace=wrap;strokeColor=none;fillColor=none;align=center;verticalAlign=middle;rounded=0;" value="&lt;b&gt;Pulse Log (ID, A0, Tr)&lt;/b&gt;" vertex="1">
          <mxGeometry height="30" width="130" x="1190" y="8" as="geometry" />
        </mxCell>
        <mxCell id="C5UH879O8CjxN1mO6zWX-71" parent="1" style="text;html=1;whiteSpace=wrap;strokeColor=none;fillColor=none;align=center;verticalAlign=middle;rounded=0;" value="pile-up" vertex="1">
          <mxGeometry height="30" width="60" x="1043" y="316" as="geometry" />
        </mxCell>
        <mxCell id="C5UH879O8CjxN1mO6zWX-72" parent="1" style="text;html=1;whiteSpace=wrap;strokeColor=none;fillColor=none;align=center;verticalAlign=middle;rounded=0;" value="delay peak trigg" vertex="1">
          <mxGeometry height="30" width="90" x="750" y="292" as="geometry" />
        </mxCell>
        <mxCell id="C5UH879O8CjxN1mO6zWX-73" parent="1" style="text;html=1;whiteSpace=wrap;strokeColor=none;fillColor=none;align=center;verticalAlign=middle;rounded=0;" value="peak trigg" vertex="1">
          <mxGeometry height="30" width="61.5" x="608.5" y="269" as="geometry" />
        </mxCell>
        <mxCell id="C5UH879O8CjxN1mO6zWX-74" parent="1" style="text;html=1;whiteSpace=wrap;strokeColor=none;fillColor=none;align=center;verticalAlign=middle;rounded=0;" value="offset trigg" vertex="1">
          <mxGeometry height="19" width="70" x="710" y="134" as="geometry" />
        </mxCell>
        <mxCell id="C5UH879O8CjxN1mO6zWX-75" parent="1" style="text;html=1;whiteSpace=wrap;strokeColor=none;fillColor=none;align=center;verticalAlign=middle;rounded=0;" value="pulse trigg" vertex="1">
          <mxGeometry height="21" width="60" x="412.5" y="254.5" as="geometry" />
        </mxCell>
        <mxCell id="C5UH879O8CjxN1mO6zWX-76" parent="1" style="text;html=1;whiteSpace=wrap;strokeColor=none;fillColor=none;align=center;verticalAlign=middle;rounded=0;" value="vn,vk,vl,vkl&amp;nbsp;" vertex="1">
          <mxGeometry height="30" width="60" x="272" y="84.5" as="geometry" />
        </mxCell>
-         <mxCell id="C5UH879O8CjxN1mO6zWX-79" parent="1" style="text;html=1;whiteSpace=wrap;strokeColor=none;fillColor=none;align=center;verticalAlign=middle;rounded=0;" value="yn,yd&amp;nbsp;" vertex="1">
+         <mxCell id="C5UH879O8CjxN1mO6zWX-79" parent="1" style="text;html=1;whiteSpace=wrap;strokeColor=none;fillColor=none;align=center;verticalAlign=middle;rounded=0;" value="vn,vd&amp;nbsp;" vertex="1">
          <mxGeometry height="30" width="76" x="909" y="262" as="geometry" />
        </mxCell>
        <mxCell id="C5UH879O8CjxN1mO6zWX-80" parent="1" style="text;html=1;whiteSpace=wrap;strokeColor=none;fillColor=none;align=center;verticalAlign=middle;rounded=0;" value="pulse log" vertex="1">
          <mxGeometry height="30" width="61" x="1079" y="220" as="geometry" />
        </mxCell>
        <mxCell id="C5UH879O8CjxN1mO6zWX-81" parent="1" style="text;html=1;whiteSpace=wrap;strokeColor=none;fillColor=none;align=center;verticalAlign=middle;rounded=0;" value="pulse log" vertex="1">
          <mxGeometry height="30" width="61" x="1079" y="58" as="geometry" />
        </mxCell>
-         <mxCell id="C5UH879O8CjxN1mO6zWX-83" parent="1" style="rounded=0;whiteSpace=wrap;html=1;fillColor=#fff2cc;strokeColor=#d6b656;" value="&lt;div&gt;&lt;b&gt;Delay Unit&lt;/b&gt;&lt;/div&gt;&lt;div&gt;(x2 DP BRAM Circular Buffer)&lt;/div&gt;" vertex="1">
+         <mxCell id="C5UH879O8CjxN1mO6zWX-83" parent="1" style="rounded=0;whiteSpace=wrap;html=1;fillColor=#fff2cc;strokeColor=#d6b656;" value="&lt;div&gt;&lt;b&gt;delay_trig&lt;/b&gt;&lt;/div&gt;&lt;div&gt;(x2 DP BRAM )&lt;/div&gt;" vertex="1">
          <mxGeometry height="60" width="90" x="305" y="329" as="geometry" />
        </mxCell>
        <mxCell id="C5UH879O8CjxN1mO6zWX-84" parent="1" style="text;html=1;whiteSpace=wrap;strokeColor=none;fillColor=none;align=center;verticalAlign=middle;rounded=0;" value="vn" vertex="1">
          <mxGeometry height="30" width="60" x="310" y="304" as="geometry" />
        </mxCell>
        <mxCell id="C5UH879O8CjxN1mO6zWX-85" parent="1" style="text;html=1;whiteSpace=wrap;strokeColor=none;fillColor=none;align=center;verticalAlign=middle;rounded=0;" value="log" vertex="1">
          <mxGeometry height="30" width="61" x="970" y="11" as="geometry" />
        </mxCell>
        <mxCell id="C5UH879O8CjxN1mO6zWX-86" parent="1" style="text;html=1;whiteSpace=wrap;strokeColor=none;fillColor=none;align=center;verticalAlign=middle;rounded=0;" value="DATA_I" vertex="1">
          <mxGeometry height="30" width="76" x="239" y="215" as="geometry" />
        </mxCell>
        <mxCell id="C5UH879O8CjxN1mO6zWX-87" parent="1" style="text;html=1;whiteSpace=wrap;strokeColor=none;fillColor=none;align=center;verticalAlign=middle;rounded=0;" value="pulse done" vertex="1">
          <mxGeometry height="30" width="80" x="603" y="350" as="geometry" />
        </mxCell>
        <mxCell id="C5UH879O8CjxN1mO6zWX-88" parent="1" style="text;html=1;whiteSpace=wrap;strokeColor=none;fillColor=none;align=center;verticalAlign=middle;rounded=0;" value="&lt;b&gt;Python input pulse&lt;/b&gt;" vertex="1">
          <mxGeometry height="30" width="120" x="67" y="6" as="geometry" />
-         </mxCell>
-         <mxCell id="C5UH879O8CjxN1mO6zWX-92" parent="1" style="text;html=1;whiteSpace=wrap;strokeColor=none;fillColor=none;align=center;verticalAlign=middle;rounded=0;" value="ready" vertex="1">
-           <mxGeometry height="30" width="60" x="862" y="262" as="geometry" />
        </mxCell>
        <mxCell id="C5UH879O8CjxN1mO6zWX-93" edge="1" parent="1" style="endArrow=classic;html=1;rounded=0;" value="">
          <mxGeometry height="50" relative="1" width="50" as="geometry">
            <mxPoint x="1035" y="216" as="sourcePoint" />
            <mxPoint x="1035" y="246" as="targetPoint" />
          </mxGeometry>
        </mxCell>
        <mxCell id="C5UH879O8CjxN1mO6zWX-94" parent="1" style="text;html=1;whiteSpace=wrap;strokeColor=none;fillColor=none;align=center;verticalAlign=middle;rounded=0;" value="&lt;font style=&quot;font-size: 11px;&quot;&gt;all valid&lt;/font&gt;" vertex="1">
          <mxGeometry height="30" width="61" x="982" y="211" as="geometry" />
        </mxCell>
        <mxCell id="C5UH879O8CjxN1mO6zWX-95" parent="1" style="text;html=1;whiteSpace=wrap;strokeColor=none;fillColor=none;align=center;verticalAlign=middle;rounded=0;" value="A0 trigg" vertex="1">
          <mxGeometry height="30" width="61" x="984.5" y="305" as="geometry" />
        </mxCell>
        <mxCell id="C5UH879O8CjxN1mO6zWX-96" parent="1" style="text;html=1;whiteSpace=wrap;strokeColor=none;fillColor=none;align=center;verticalAlign=middle;rounded=0;" value="pulse done" vertex="1">
          <mxGeometry height="30" width="80" x="1069" y="301" as="geometry" />
        </mxCell>
-         <mxCell id="C5UH879O8CjxN1mO6zWX-97" parent="1" style="rounded=0;whiteSpace=wrap;html=1;fillColor=#f8cecc;strokeColor=#b85450;" value="&lt;div&gt;&lt;span style=&quot;background-color: transparent; color: light-dark(rgb(0, 0, 0), rgb(255, 255, 255));&quot;&gt;&lt;b style=&quot;&quot;&gt;&lt;font&gt;valid_tracker&lt;/font&gt;&lt;/b&gt;&lt;/span&gt;&lt;/div&gt;&lt;div&gt;&lt;span style=&quot;background-color: transparent; color: light-dark(rgb(0, 0, 0), rgb(255, 255, 255));&quot;&gt;(valid gen)&lt;/span&gt;&lt;/div&gt;" vertex="1">
+         <mxCell id="C5UH879O8CjxN1mO6zWX-97" parent="1" style="rounded=0;whiteSpace=wrap;html=1;fillColor=#dae8fc;strokeColor=#6c8ebf;" value="&lt;div&gt;&lt;span style=&quot;background-color: transparent; color: light-dark(rgb(0, 0, 0), rgb(255, 255, 255));&quot;&gt;&lt;b style=&quot;&quot;&gt;&lt;font&gt;valid_tracker&lt;/font&gt;&lt;/b&gt;&lt;/span&gt;&lt;/div&gt;&lt;div&gt;&lt;span style=&quot;background-color: transparent; color: light-dark(rgb(0, 0, 0), rgb(255, 255, 255));&quot;&gt;(valid gen)&lt;/span&gt;&lt;/div&gt;" vertex="1">
          <mxGeometry height="60" width="94" x="662" y="-2" as="geometry" />
        </mxCell>
        <mxCell id="C5UH879O8CjxN1mO6zWX-112" edge="1" parent="1" source="C5UH879O8CjxN1mO6zWX-110" style="edgeStyle=orthogonalEdgeStyle;rounded=0;orthogonalLoop=1;jettySize=auto;html=1;">
          <mxGeometry relative="1" as="geometry">
            <mxPoint x="120" y="230" as="targetPoint" />
          </mxGeometry>
        </mxCell>
-         <mxCell id="C5UH879O8CjxN1mO6zWX-110" parent="1" style="rounded=0;whiteSpace=wrap;html=1;fillColor=#f8cecc;strokeColor=#b85450;" value="&lt;div&gt;&lt;b&gt;stored_pulse&lt;/b&gt;&lt;/div&gt;&lt;div&gt;(BRAM)&lt;/div&gt;" vertex="1">
+         <mxCell id="C5UH879O8CjxN1mO6zWX-110" parent="1" style="rounded=0;whiteSpace=wrap;html=1;fillColor=#dae8fc;strokeColor=#6c8ebf;" value="&lt;div&gt;&lt;b&gt;input_pulse_mem&lt;/b&gt;&lt;/div&gt;&lt;div&gt;(BRAM)&lt;/div&gt;" vertex="1">
          <mxGeometry height="60" width="120" x="60" y="141" as="geometry" />
        </mxCell>
        <mxCell id="C5UH879O8CjxN1mO6zWX-127" parent="1" style="text;html=1;whiteSpace=wrap;strokeColor=none;fillColor=none;align=center;verticalAlign=middle;rounded=0;" value="offset trigg" vertex="1">
          <mxGeometry height="19" width="70" x="606.5" y="243" as="geometry" />
        </mxCell>
        <mxCell id="k51QHuAgghIAk2RmYg5w-16" edge="1" parent="1" source="C5UH879O8CjxN1mO6zWX-83" style="edgeStyle=orthogonalEdgeStyle;rounded=0;orthogonalLoop=1;jettySize=auto;html=1;exitX=0.75;exitY=0;exitDx=0;exitDy=0;entryX=0.687;entryY=1.002;entryDx=0;entryDy=0;entryPerimeter=0;" target="C5UH879O8CjxN1mO6zWX-9">
          <mxGeometry relative="1" as="geometry" />
        </mxCell>
        <mxCell id="k51QHuAgghIAk2RmYg5w-17" parent="1" style="text;html=1;whiteSpace=wrap;strokeColor=none;fillColor=none;align=center;verticalAlign=middle;rounded=0;" value="vk,vl,vkl&amp;nbsp;" vertex="1">
          <mxGeometry height="30" width="60" x="371.5" y="304" as="geometry" />
        </mxCell>
        <mxCell id="k51QHuAgghIAk2RmYg5w-18" edge="1" parent="1" source="C5UH879O8CjxN1mO6zWX-83" style="edgeStyle=orthogonalEdgeStyle;rounded=0;orthogonalLoop=1;jettySize=auto;html=1;exitX=0.25;exitY=0;exitDx=0;exitDy=0;entryX=0.308;entryY=0.992;entryDx=0;entryDy=0;entryPerimeter=0;" target="C5UH879O8CjxN1mO6zWX-9">
          <mxGeometry relative="1" as="geometry" />
        </mxCell>
        <mxCell id="k51QHuAgghIAk2RmYg5w-56" edge="1" parent="1" source="k51QHuAgghIAk2RmYg5w-23" style="edgeStyle=orthogonalEdgeStyle;rounded=0;orthogonalLoop=1;jettySize=auto;html=1;entryX=0.75;entryY=1;entryDx=0;entryDy=0;" target="C5UH879O8CjxN1mO6zWX-19">
          <mxGeometry relative="1" as="geometry">
            <Array as="points">
              <mxPoint x="440" y="100" />
              <mxPoint x="375.52" y="100" />
            </Array>
          </mxGeometry>
        </mxCell>
        <mxCell id="k51QHuAgghIAk2RmYg5w-23" parent="1" style="shape=waypoint;sketch=0;fillStyle=solid;size=6;pointerEvents=1;points=[];fillColor=none;resizable=0;rotatable=0;perimeter=centerPerimeter;snapToPoint=1;" value="" vertex="1">
          <mxGeometry height="20" width="20" x="430" y="149.5" as="geometry" />
        </mxCell>
        <mxCell id="k51QHuAgghIAk2RmYg5w-32" edge="1" parent="1" style="edgeStyle=orthogonalEdgeStyle;rounded=0;orthogonalLoop=1;jettySize=auto;html=1;entryDx=0;entryDy=0;strokeWidth=2;" target="C5UH879O8CjxN1mO6zWX-66" value="">
          <mxGeometry relative="1" as="geometry">
            <mxPoint x="919" y="100" as="sourcePoint" />
            <mxPoint x="919" y="205" as="targetPoint" />
          </mxGeometry>
        </mxCell>
        <mxCell id="k51QHuAgghIAk2RmYg5w-33" edge="1" parent="1" source="C5UH879O8CjxN1mO6zWX-66" style="edgeStyle=orthogonalEdgeStyle;rounded=0;orthogonalLoop=1;jettySize=auto;html=1;entryX=0.5;entryY=0;entryDx=0;entryDy=0;" target="C5UH879O8CjxN1mO6zWX-25">
          <mxGeometry relative="1" as="geometry" />
        </mxCell>
        <mxCell id="C5UH879O8CjxN1mO6zWX-66" parent="1" style="shape=waypoint;sketch=0;fillStyle=solid;size=6;pointerEvents=1;points=[];fillColor=none;resizable=0;rotatable=0;perimeter=centerPerimeter;snapToPoint=1;" value="" vertex="1">
          <mxGeometry height="20" width="20" x="909" y="89" as="geometry" />
        </mxCell>
        <mxCell id="k51QHuAgghIAk2RmYg5w-48" edge="1" parent="1" style="edgeStyle=orthogonalEdgeStyle;rounded=0;orthogonalLoop=1;jettySize=auto;html=1;entryX=0;entryY=0.75;entryDx=0;entryDy=0;jumpStyle=arc;" target="C5UH879O8CjxN1mO6zWX-51">
          <mxGeometry relative="1" as="geometry">
            <Array as="points">
              <mxPoint x="440" y="160" />
              <mxPoint x="620" y="160" />
              <mxPoint x="620" y="114.5" />
            </Array>
            <mxPoint x="440" y="160" as="sourcePoint" />
          </mxGeometry>
        </mxCell>
        <mxCell id="k51QHuAgghIAk2RmYg5w-37" parent="1" style="text;html=1;whiteSpace=wrap;strokeColor=none;fillColor=none;align=center;verticalAlign=middle;rounded=0;" value="jord_pulse" vertex="1">
          <mxGeometry height="19" width="70" x="438.5" y="139" as="geometry" />
        </mxCell>
        <mxCell id="k51QHuAgghIAk2RmYg5w-38" parent="1" style="text;html=1;whiteSpace=wrap;strokeColor=none;fillColor=none;align=center;verticalAlign=middle;rounded=0;" value="mov_pulse" vertex="1">
          <mxGeometry height="19" width="70" x="588" y="54" as="geometry" />
        </mxCell>
        <mxCell id="k51QHuAgghIAk2RmYg5w-43" parent="1" style="text;html=1;whiteSpace=wrap;strokeColor=none;fillColor=none;align=center;verticalAlign=middle;rounded=0;" value="jord_pulse_d" vertex="1">
          <mxGeometry height="19" width="97.5" x="396" y="24" as="geometry" />
        </mxCell>
        <mxCell id="k51QHuAgghIAk2RmYg5w-44" edge="1" parent="1" source="C5UH879O8CjxN1mO6zWX-19" style="edgeStyle=orthogonalEdgeStyle;rounded=0;orthogonalLoop=1;jettySize=auto;html=1;exitX=0.25;exitY=1;exitDx=0;exitDy=0;entryX=0.313;entryY=0.032;entryDx=0;entryDy=0;entryPerimeter=0;" target="C5UH879O8CjxN1mO6zWX-23">
          <mxGeometry relative="1" as="geometry" />
        </mxCell>
        <mxCell id="k51QHuAgghIAk2RmYg5w-50" edge="1" parent="1" style="edgeStyle=orthogonalEdgeStyle;rounded=0;orthogonalLoop=1;jettySize=auto;html=1;entryX=0;entryY=0.5;entryDx=0;entryDy=0;" target="C5UH879O8CjxN1mO6zWX-97">
          <mxGeometry relative="1" as="geometry">
            <Array as="points">
              <mxPoint x="610" y="28" />
            </Array>
            <mxPoint x="610" y="28" as="sourcePoint" />
            <mxPoint x="661" y="20.5" as="targetPoint" />
          </mxGeometry>
        </mxCell>
        <mxCell id="k51QHuAgghIAk2RmYg5w-51" parent="1" style="text;html=1;whiteSpace=wrap;strokeColor=none;fillColor=none;align=center;verticalAlign=middle;rounded=0;" value="delays_ready" vertex="1">
          <mxGeometry height="19" width="70" x="583" y="7" as="geometry" />
        </mxCell>
        <mxCell id="k51QHuAgghIAk2RmYg5w-52" edge="1" parent="1" source="C5UH879O8CjxN1mO6zWX-97" style="edgeStyle=orthogonalEdgeStyle;rounded=0;orthogonalLoop=1;jettySize=auto;html=1;exitX=1;exitY=0.5;exitDx=0;exitDy=0;">
          <mxGeometry relative="1" as="geometry">
            <Array as="points">
              <mxPoint x="776" y="28" />
              <mxPoint x="780" y="27.45" />
            </Array>
            <mxPoint x="790" y="27.45" as="targetPoint" />
          </mxGeometry>
        </mxCell>
        <mxCell id="k51QHuAgghIAk2RmYg5w-53" parent="1" style="text;html=1;whiteSpace=wrap;strokeColor=none;fillColor=none;align=center;verticalAlign=middle;rounded=0;" value="valid" vertex="1">
          <mxGeometry height="19" width="40" x="756" y="6" as="geometry" />
        </mxCell>
        <mxCell id="k51QHuAgghIAk2RmYg5w-57" parent="1" style="shape=waypoint;sketch=0;fillStyle=solid;size=6;pointerEvents=1;points=[];fillColor=none;resizable=0;rotatable=0;perimeter=centerPerimeter;snapToPoint=1;" value="" vertex="1">
          <mxGeometry height="20" width="20" x="429.5" y="90" as="geometry" />
        </mxCell>
        <mxCell id="k51QHuAgghIAk2RmYg5w-59" parent="1" style="text;html=1;whiteSpace=wrap;strokeColor=none;fillColor=none;align=center;verticalAlign=middle;rounded=0;" value="jord_pulse" vertex="1">
          <mxGeometry height="19" width="70" x="395" y="80.5" as="geometry" />
        </mxCell>
      </root>
    </mxGraphModel>
  </diagram>
</mxfile>
